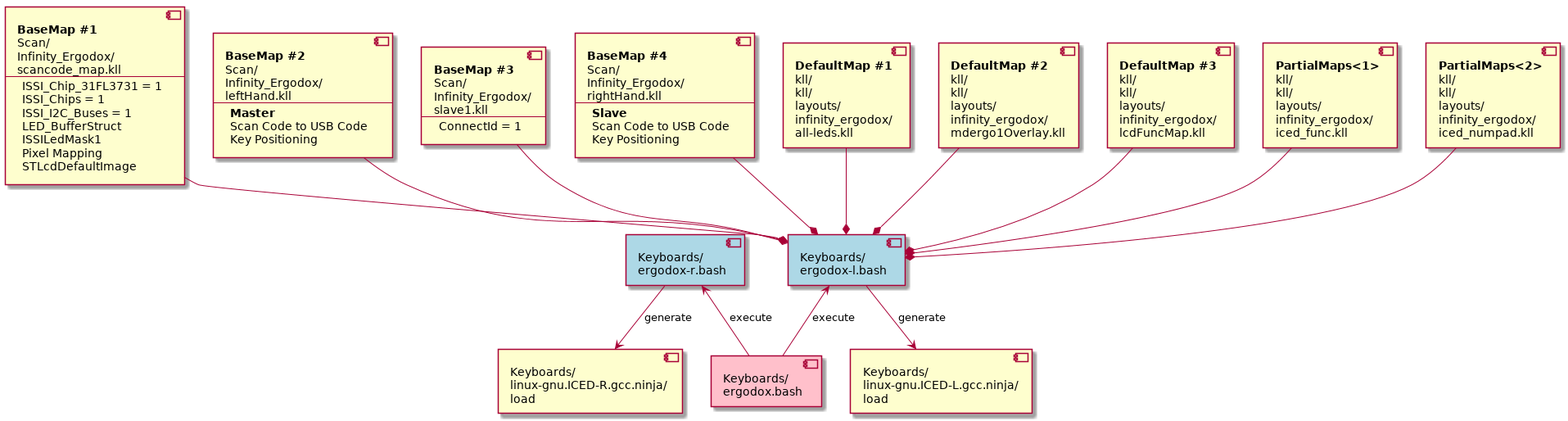
Earlier version of the PlantUML export doc/uml/build.png (kluelogic/controller).
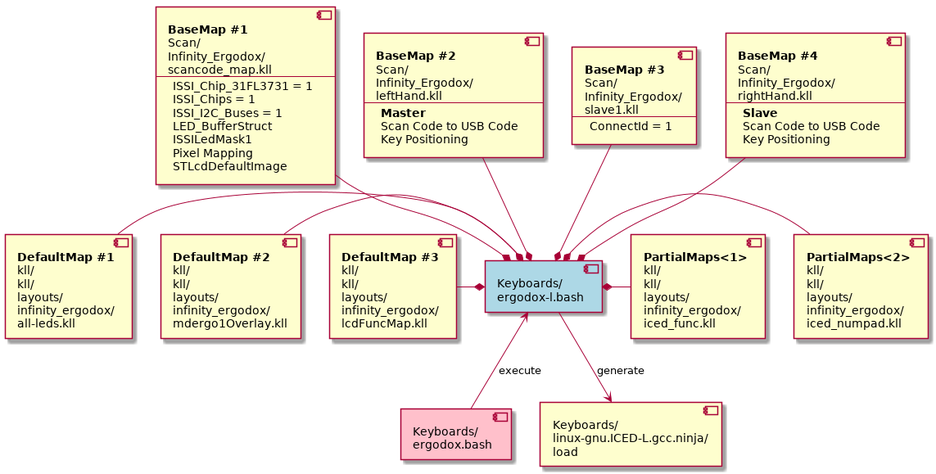
After the change.

What changed in the source:
```diff
@@ -4,10 +4,6 @@
 ergodox-l.bash
 ]
 
-component ergodox_r_bash #LightBlue [
-Keyboards/
-ergodox-r.bash
-]
 
 component ergodox_bash #Pink [
 Keyboards/
@@ -105,11 +101,6 @@
 iced_numpad.kll
 ]
 
-component R_load [
-Keyboards/
-linux-gnu.ICED-R.gcc.ninja/
-load
-]
 
 component L_load [
 Keyboards/
@@ -117,20 +108,19 @@
 load
 ]
 
-ergodox_l_bash <-- ergodox_bash : execute
-ergodox_r_bash <-- ergodox_bash : execute
+ergodox_bash -up-> ergodox_l_bash: execute
 ergodox_l_bash --> L_load : generate
-ergodox_r_bash --> R_load : generate
 
-scancode_map_kll   --* ergodox_l_bash
-leftHand_kll       --* ergodox_l_bash
-slave1_kll         --* ergodox_l_bash
-rightHand_kll      --* ergodox_l_bash
-all_leds_kll       --* ergodox_l_bash
-mdergo1Overlay_kll --* ergodox_l_bash
-lcdFuncMap_kll     --* ergodox_l_bash
-iced_func_kll      --* ergodox_l_bash
-iced_numpad_kll    --* ergodox_l_bash
+
+scancode_map_kll     --* ergodox_l_bash
+leftHand_kll         --* ergodox_l_bash
+slave1_kll           --* ergodox_l_bash
+rightHand_kll        --* ergodox_l_bash
+all_leds_kll          -* ergodox_l_bash
+mdergo1Overlay_kll    -* ergodox_l_bash
+lcdFuncMap_kll        -* ergodox_l_bash
+iced_numpad_kll -right-* ergodox_l_bash
+iced_func_kll   -right-* ergodox_l_bash
 
 
 @enduml
```
